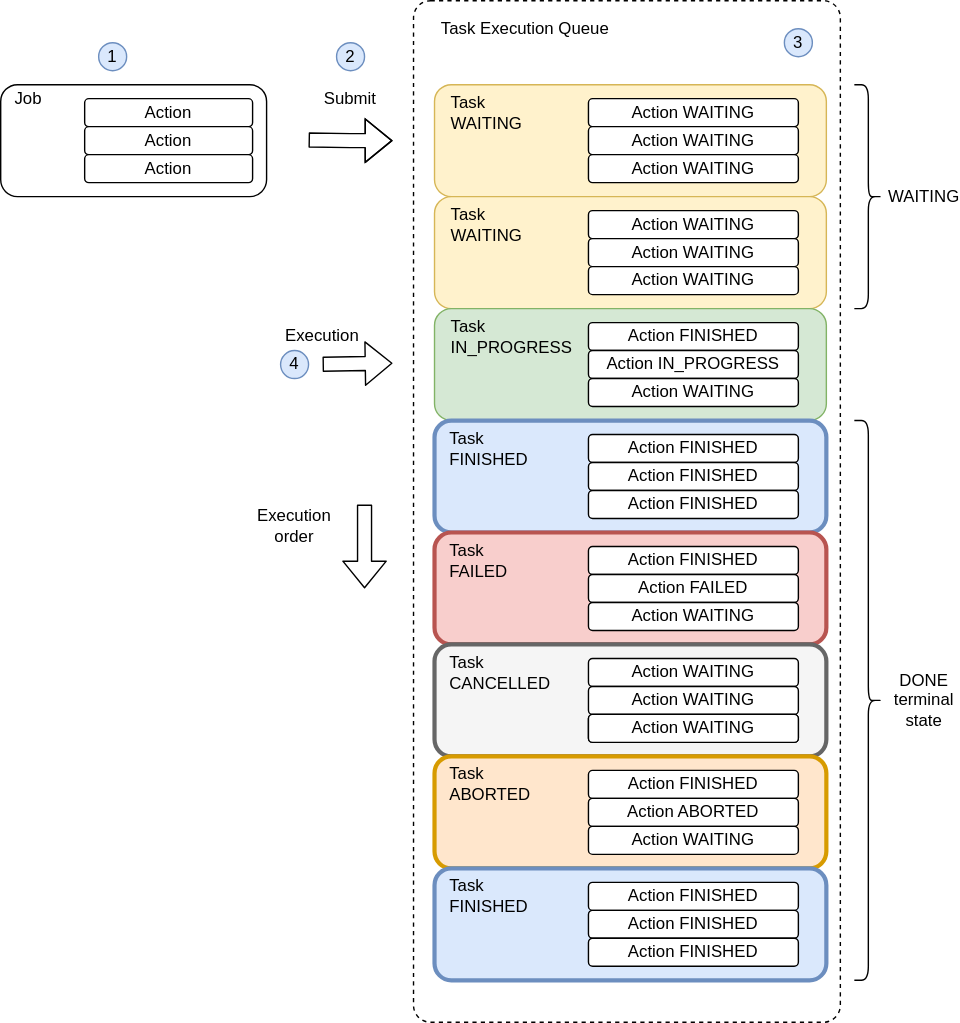
This is rpi-powercontroller/docs/task-ececution-queue.svg from jveverka/rpi-projects, a draw.io export, as it was before one commit. Source tidied: cells renumbered, new cells last; positions are measured from the earlier drawing's top-left corner, leaving out a move shared by most shapes.
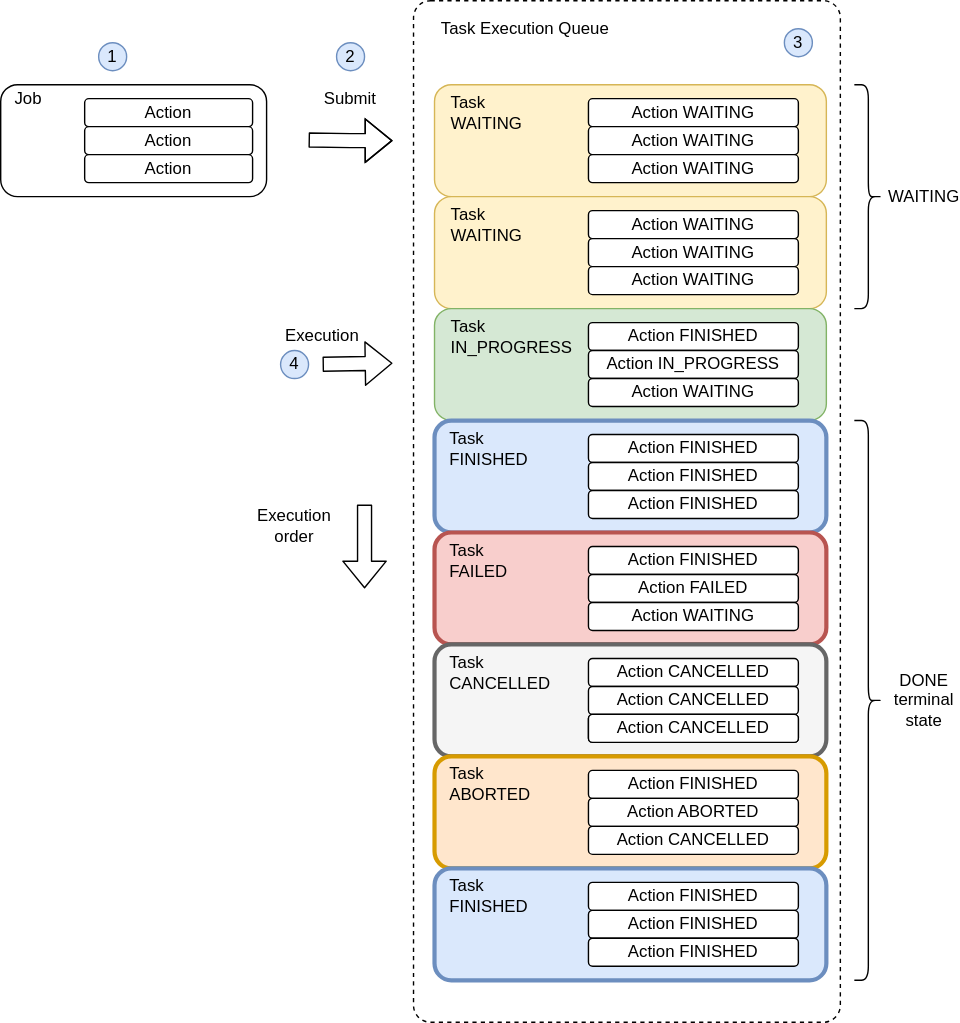
Above is the later version.

Change to the diagram source:
```diff
@@ -122,16 +122,16 @@
     <mxCell id="38" value="&lt;span&gt;Task&lt;/span&gt;&lt;br&gt;&lt;span&gt;CANCELLED&lt;/span&gt;" style="text;html=1;strokeColor=none;fillColor=none;align=left;verticalAlign=middle;whiteSpace=wrap;rounded=0;" parent="1" vertex="1">
       <mxGeometry x="319" y="470" width="40" height="20" as="geometry" />
     </mxCell>
-    <mxCell id="39" value="Action WAITING" style="rounded=1;whiteSpace=wrap;html=1;" parent="1" vertex="1">
+    <mxCell id="39" value="Action CANCELLED" style="rounded=1;whiteSpace=wrap;html=1;" parent="1" vertex="1">
       <mxGeometry x="420" y="470" width="150" height="20" as="geometry" />
     </mxCell>
-    <mxCell id="40" value="Action WAITING" style="rounded=1;whiteSpace=wrap;html=1;" parent="1" vertex="1">
+    <mxCell id="40" value="Action CANCELLED" style="rounded=1;whiteSpace=wrap;html=1;" parent="1" vertex="1">
       <mxGeometry x="420" y="490" width="150" height="20" as="geometry" />
     </mxCell>
     <mxCell id="41" value="Action WAITING" style="rounded=1;whiteSpace=wrap;html=1;" parent="1" vertex="1">
       <mxGeometry x="420" y="510" width="150" height="20" as="geometry" />
     </mxCell>
-    <mxCell id="42" value="Action WAITING" style="rounded=1;whiteSpace=wrap;html=1;" parent="1" vertex="1">
+    <mxCell id="42" value="Action CANCELLED" style="rounded=1;whiteSpace=wrap;html=1;" parent="1" vertex="1">
       <mxGeometry x="420" y="510" width="150" height="20" as="geometry" />
     </mxCell>
     <mxCell id="43" style="rounded=1;whiteSpace=wrap;html=1;fillColor=#ffe6cc;strokeColor=#d79b00;strokeWidth=3;" parent="1" vertex="1">
@@ -146,7 +146,7 @@
     <mxCell id="46" value="Action ABORTED" style="rounded=1;whiteSpace=wrap;html=1;" parent="1" vertex="1">
       <mxGeometry x="420" y="570" width="150" height="20" as="geometry" />
     </mxCell>
-    <mxCell id="47" value="Action WAITING" style="rounded=1;whiteSpace=wrap;html=1;" parent="1" vertex="1">
+    <mxCell id="47" value="Action CANCELLED" style="rounded=1;whiteSpace=wrap;html=1;" parent="1" vertex="1">
       <mxGeometry x="420" y="590" width="150" height="20" as="geometry" />
     </mxCell>
     <mxCell id="48" style="rounded=1;whiteSpace=wrap;html=1;fillColor=#dae8fc;strokeColor=#6c8ebf;strokeWidth=3;" parent="1" vertex="1">
```
